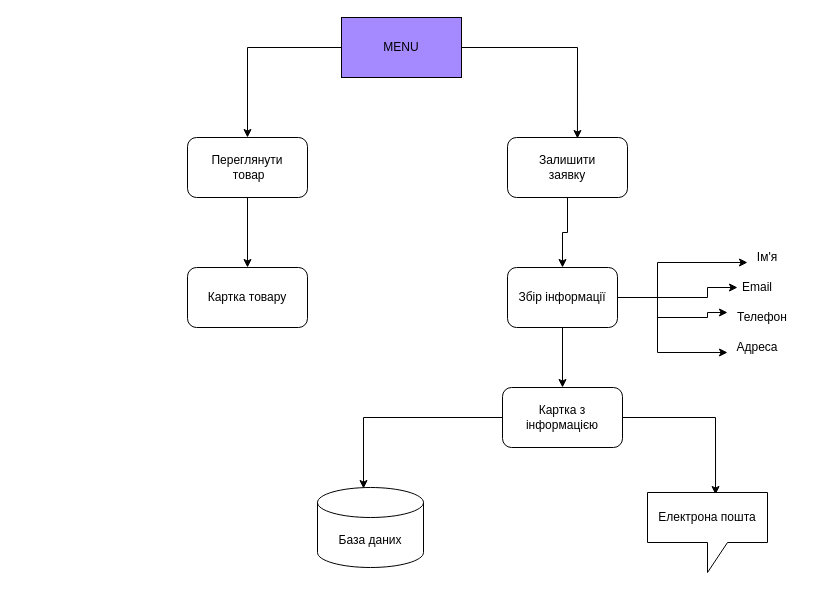
This is chatbot2.drawio from MEvgen/test2, a draw.io file, before an edit. Source tidied: cells renumbered, new cells numbered last; positions are measured from the earlier drawing's top-left corner, leaving out a move shared by most shapes. Both pictures are drawn from the tidied source at 100%, with x=0, y=0 at pixel (187, 17).
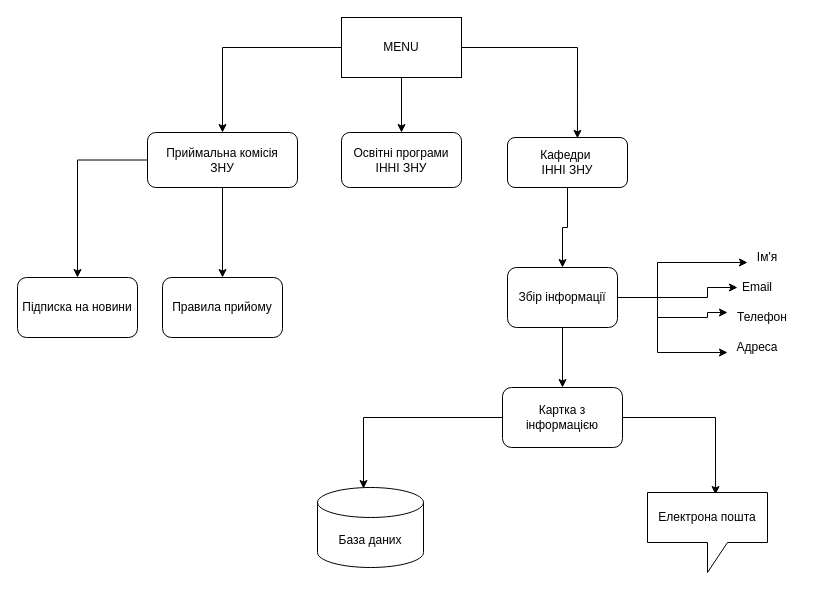
The same page after the edit.

Change to the diagram source:
```diff
@@
+    <mxCell id="25" style="edgeStyle=orthogonalEdgeStyle;rounded=0;jettySize=auto;html=1;" parent="1" edge="1" source="4" target="28">
+      <mxGeometry relative="1" as="geometry" />
+    </mxCell>
-    <mxCell id="4" value="MENU" style="rounded=0;whiteSpace=wrap;html=1;fillColor=#A58AFF;" parent="1" vertex="1">
+    <mxCell id="4" value="MENU" style="rounded=0;whiteSpace=wrap;html=1;" parent="1" vertex="1">
       <mxGeometry x="154" width="120" height="60" as="geometry" />
     </mxCell>
@@
+    <mxCell id="26" style="edgeStyle=orthogonalEdgeStyle;rounded=0;jettySize=auto;html=1;" parent="1" edge="1" source="6" target="27">
+      <mxGeometry relative="1" as="geometry" />
+    </mxCell>
-    <mxCell id="6" value="Переглянути&lt;br&gt;&amp;nbsp;товар" style="rounded=1;whiteSpace=wrap;html=1;" parent="1" vertex="1">
-      <mxGeometry y="120" width="120" height="60" as="geometry" />
+    <mxCell id="6" value="Приймальна комісія&lt;br&gt;ЗНУ" style="rounded=1;whiteSpace=wrap;html=1;" parent="1" vertex="1">
+      <mxGeometry x="-40" y="115" width="150" height="55" as="geometry" />
     </mxCell>
@@
-    <mxCell id="8" value="Залишити&lt;br&gt;заявку" style="rounded=1;whiteSpace=wrap;html=1;" parent="1" vertex="1">
-      <mxGeometry x="320" y="120" width="120" height="60" as="geometry" />
+    <mxCell id="8" value="Кафедри&amp;nbsp;&lt;br&gt;ІННІ ЗНУ" style="rounded=1;whiteSpace=wrap;html=1;" parent="1" vertex="1">
+      <mxGeometry x="320" y="120" width="120" height="50" as="geometry" />
     </mxCell>
-    <mxCell id="9" value="Картка товару" style="rounded=1;whiteSpace=wrap;html=1;" parent="1" vertex="1">
-      <mxGeometry y="250" width="120" height="60" as="geometry" />
+    <mxCell id="9" value="Правила прийому" style="rounded=1;whiteSpace=wrap;html=1;" parent="1" vertex="1">
+      <mxGeometry x="-25" y="260" width="120" height="60" as="geometry" />
     </mxCell>
@@
+    <mxCell id="27" value="Підписка на новини" style="rounded=1;whiteSpace=wrap;html=1;" parent="1" vertex="1">
+      <mxGeometry x="-170" y="260" width="120" height="60" as="geometry" />
+    </mxCell>
+    <mxCell id="28" value="Освітні програми&lt;br&gt;ІННІ ЗНУ" style="rounded=1;whiteSpace=wrap;html=1;" parent="1" vertex="1">
+      <mxGeometry x="154" y="115" width="120" height="55" as="geometry" />
+    </mxCell>
```
